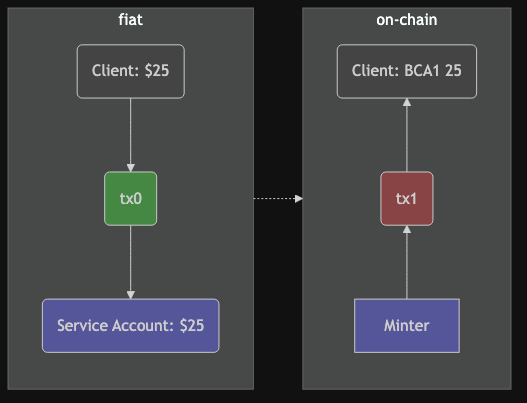
This is doc/img/tx0-1.png from Blockchain-Data-Analytics/BCA-Service-Tokenization, a Mermaid export, as it was before one commit. Its source is kept beside it as doc/img/tx0-1.mmd.
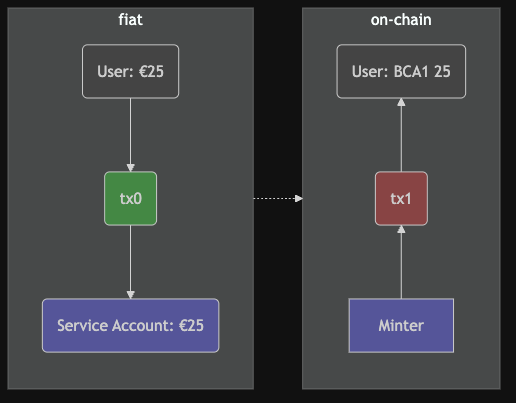
The same diagram one commit later.

Change to the diagram source:
```diff
@@ -1,7 +1,7 @@
 graph LR
 
-    style Client0 fill:#444
-    style Client1 fill:#444
+    style User0 fill:#444
+    style User1 fill:#444
     style ServiceAccount0 fill:#559
     style Minter fill:#559
     style tx0 fill:#484
@@ -10,14 +10,14 @@
     subgraph fiat
     direction TB
     tx0("tx0")
-    Client0("Client: $25") --> tx0 --> ServiceAccount0(Service Account: $25)
+    User0("User: €25") --> tx0 --> ServiceAccount0(Service Account: €25)
     end
 
     tx1("tx1")
     subgraph on-chain
     direction BT
     Minter --> tx1
-    tx1 --> Client1("Client: BCA1 25")
+    tx1 --> User1("User: BCA1 25")
     end
 
     fiat -.-> on-chain
```
